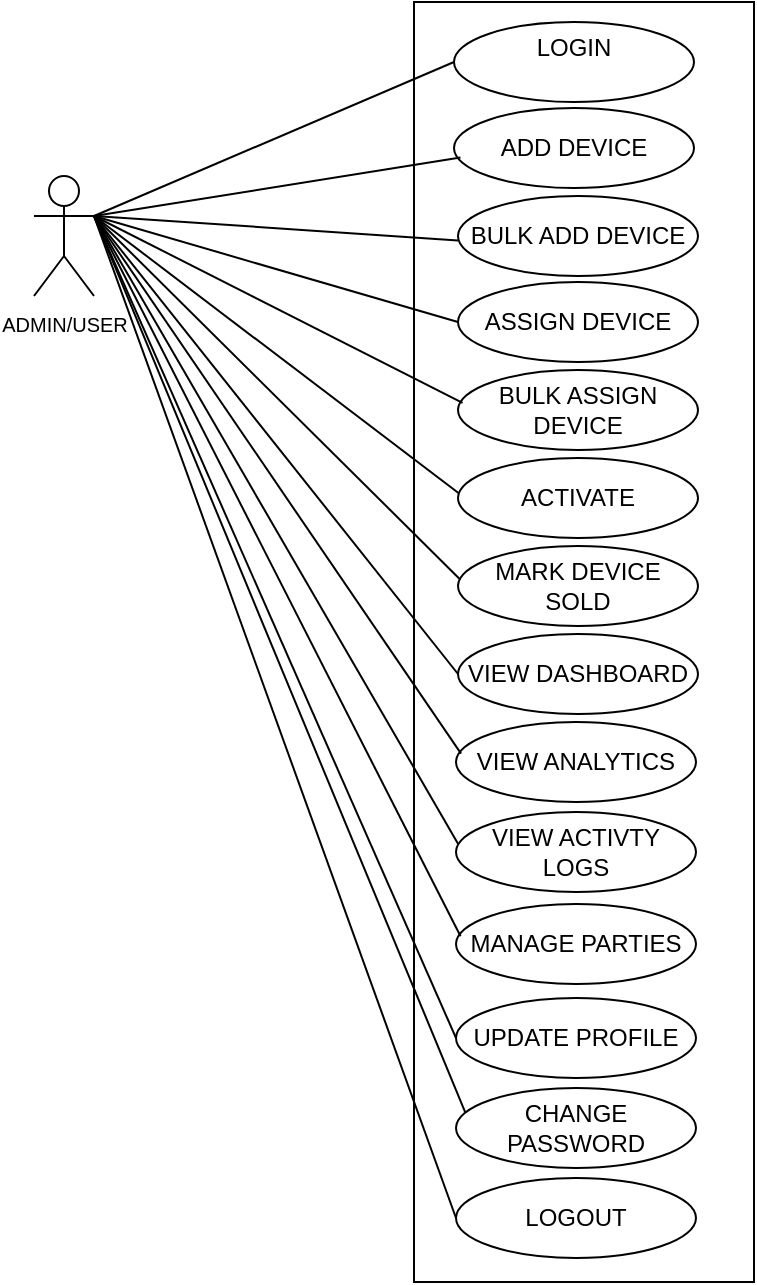
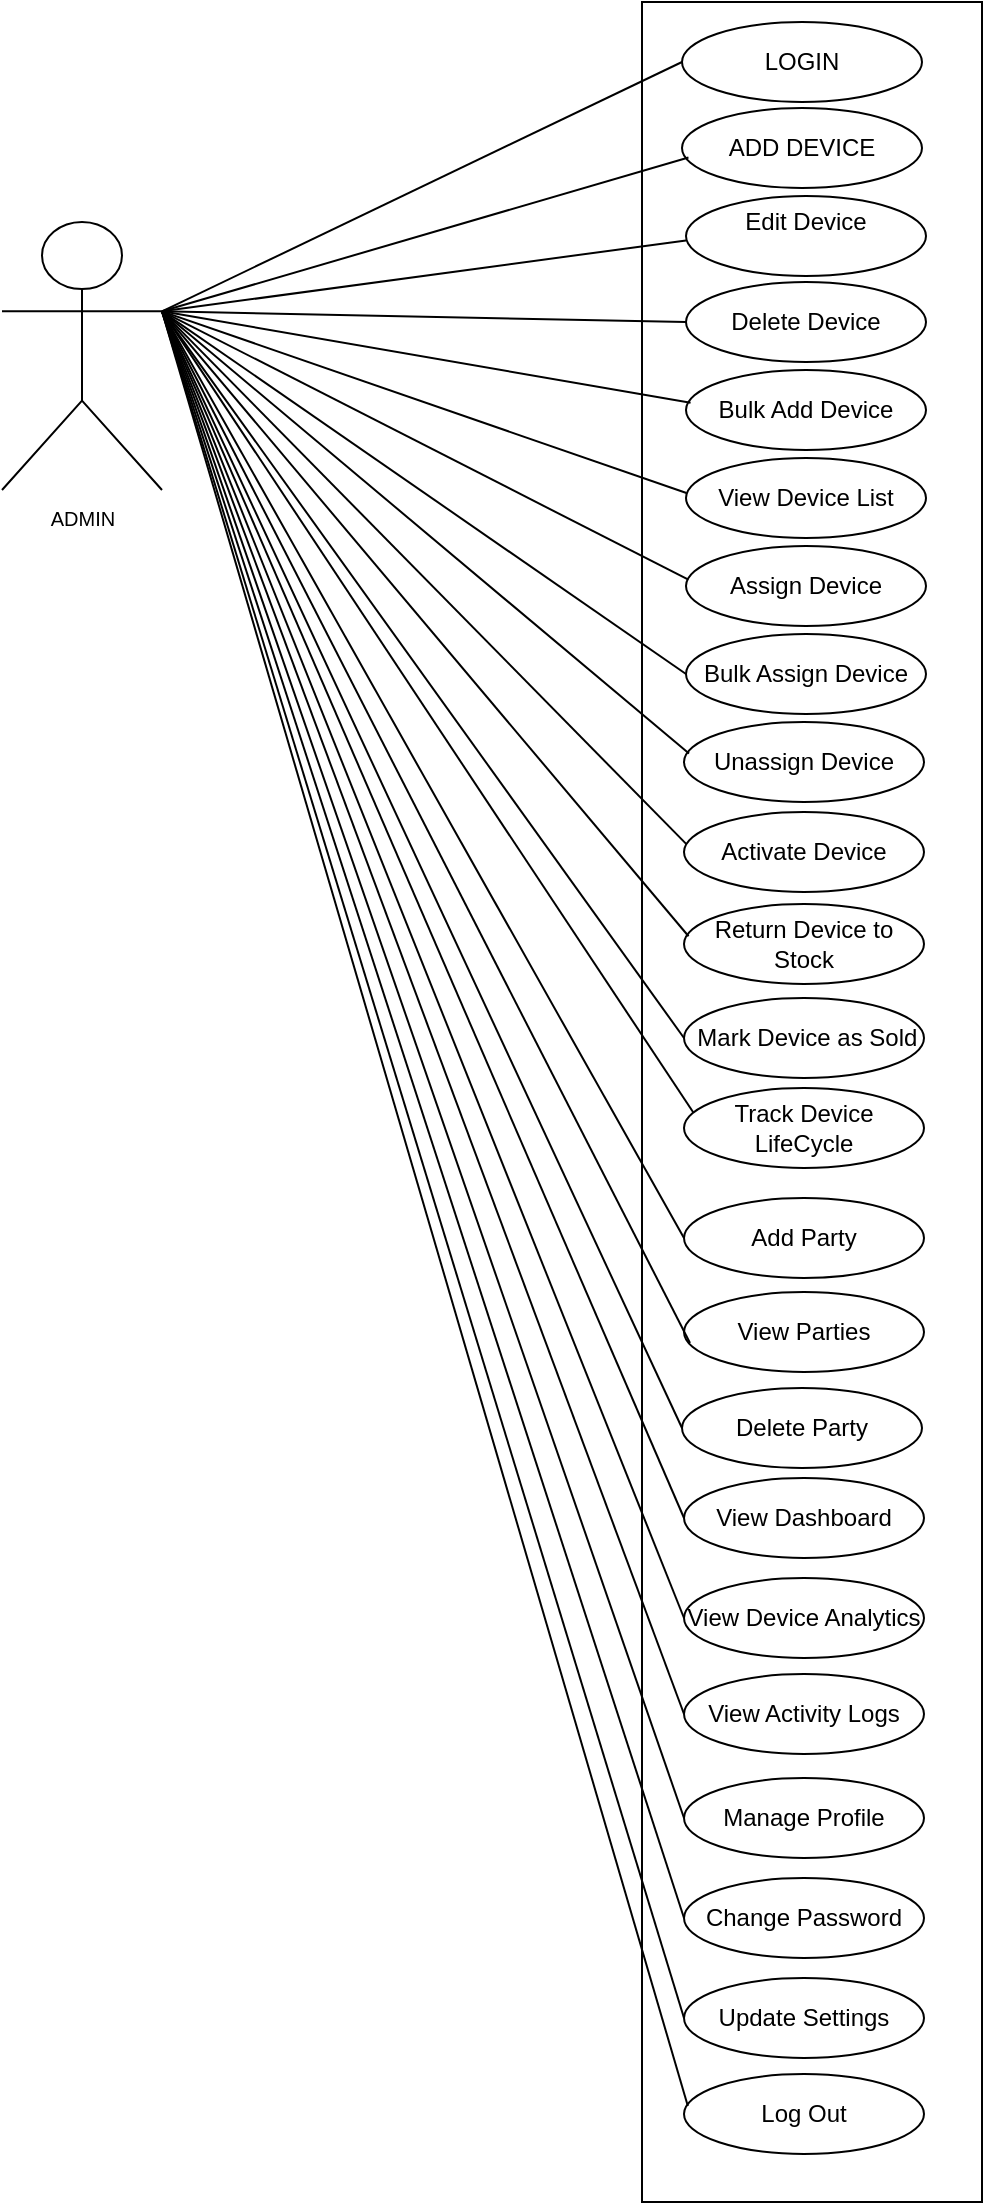
<mxfile host="65bd71144e">
    <diagram id="0fEsXcqeQQp9B8Ea8K7G" name="Page-1">
-         <mxGraphModel dx="1177" dy="519" grid="1" gridSize="10" guides="1" tooltips="1" connect="1" arrows="1" fold="1" page="1" pageScale="1" pageWidth="850" pageHeight="1100" background="none" math="0" shadow="0">
+         <mxGraphModel dx="1084" dy="399" grid="1" gridSize="10" guides="1" tooltips="1" connect="1" arrows="1" fold="1" page="1" pageScale="1" pageWidth="850" pageHeight="1100" background="none" math="0" shadow="0">
            <root>
                <mxCell id="0"/>
                <mxCell id="1" parent="0"/>
-                 <object label="&lt;font style=&quot;font-size: 10px;&quot;&gt;ADMIN/USER&lt;/font&gt;" id="3">
-                     <mxCell style="shape=umlActor;verticalLabelPosition=bottom;verticalAlign=top;html=1;outlineConnect=0;" vertex="1" parent="1">
-                         <mxGeometry x="-190" y="197" width="30" height="60" as="geometry"/>
+                 <object label="&lt;font style=&quot;font-size: 10px;&quot;&gt;ADMIN&lt;/font&gt;" id="3">
+                     <mxCell style="shape=umlActor;verticalLabelPosition=bottom;verticalAlign=top;html=1;outlineConnect=0;" parent="1" vertex="1">
+                         <mxGeometry x="-320" y="220" width="80" height="134" as="geometry"/>
                    </mxCell>
                </object>
-                 <mxCell id="6" value="" style="rounded=0;whiteSpace=wrap;html=1;direction=south;" vertex="1" parent="1">
-                     <mxGeometry y="110" width="170" height="640" as="geometry"/>
-                 </mxCell>
-                 <mxCell id="7" value="LOGIN&lt;div&gt;&lt;br&gt;&lt;/div&gt;" style="ellipse;whiteSpace=wrap;html=1;" vertex="1" parent="1">
+                 <mxCell id="6" value="" style="rounded=0;whiteSpace=wrap;html=1;direction=south;" parent="1" vertex="1">
+                     <mxGeometry y="110" width="170" height="1100" as="geometry"/>
+                 </mxCell>
+                 <mxCell id="7" value="&lt;div style=&quot;text-align: justify;&quot;&gt;&lt;span style=&quot;background-color: transparent;&quot;&gt;&lt;br&gt;&lt;/span&gt;&lt;/div&gt;&lt;div style=&quot;text-align: justify;&quot;&gt;&lt;span style=&quot;background-color: transparent;&quot;&gt;LOGIN&lt;/span&gt;&lt;/div&gt;&lt;div style=&quot;text-align: justify;&quot;&gt;&lt;br&gt;&lt;/div&gt;" style="ellipse;whiteSpace=wrap;html=1;align=center;" parent="1" vertex="1">
                    <mxGeometry x="20" y="120" width="120" height="40" as="geometry"/>
                </mxCell>
-                 <mxCell id="8" value="ADD DEVICE" style="ellipse;whiteSpace=wrap;html=1;" vertex="1" parent="1">
+                 <mxCell id="8" value="ADD DEVICE" style="ellipse;whiteSpace=wrap;html=1;" parent="1" vertex="1">
                    <mxGeometry x="20" y="163" width="120" height="40" as="geometry"/>
                </mxCell>
-                 <mxCell id="9" value="BULK ADD DEVICE" style="ellipse;whiteSpace=wrap;html=1;" vertex="1" parent="1">
+                 <mxCell id="9" value="Edit Device&lt;div&gt;&lt;span style=&quot;white-space: pre;&quot;&gt;&#x9;&lt;/span&gt;&lt;br&gt;&lt;/div&gt;" style="ellipse;whiteSpace=wrap;html=1;" parent="1" vertex="1">
                    <mxGeometry x="22" y="207" width="120" height="40" as="geometry"/>
                </mxCell>
-                 <mxCell id="10" value="ASSIGN DEVICE" style="ellipse;whiteSpace=wrap;html=1;" vertex="1" parent="1">
+                 <mxCell id="10" value="Delete Device" style="ellipse;whiteSpace=wrap;html=1;" parent="1" vertex="1">
                    <mxGeometry x="22" y="250" width="120" height="40" as="geometry"/>
                </mxCell>
-                 <mxCell id="11" value="BULK ASSIGN DEVICE" style="ellipse;whiteSpace=wrap;html=1;" vertex="1" parent="1">
+                 <mxCell id="11" value="Bulk Add Device" style="ellipse;whiteSpace=wrap;html=1;" parent="1" vertex="1">
                    <mxGeometry x="22" y="294" width="120" height="40" as="geometry"/>
                </mxCell>
-                 <mxCell id="12" value="ACTIVATE" style="ellipse;whiteSpace=wrap;html=1;" vertex="1" parent="1">
+                 <mxCell id="12" value="View Device List" style="ellipse;whiteSpace=wrap;html=1;" parent="1" vertex="1">
                    <mxGeometry x="22" y="338" width="120" height="40" as="geometry"/>
                </mxCell>
-                 <mxCell id="13" value="MARK DEVICE SOLD" style="ellipse;whiteSpace=wrap;html=1;" vertex="1" parent="1">
+                 <mxCell id="13" value="Assign Device" style="ellipse;whiteSpace=wrap;html=1;" parent="1" vertex="1">
                    <mxGeometry x="22" y="382" width="120" height="40" as="geometry"/>
                </mxCell>
-                 <mxCell id="14" value="VIEW DASHBOARD" style="ellipse;whiteSpace=wrap;html=1;" vertex="1" parent="1">
+                 <mxCell id="14" value="Bulk Assign Device" style="ellipse;whiteSpace=wrap;html=1;" parent="1" vertex="1">
                    <mxGeometry x="22" y="426" width="120" height="40" as="geometry"/>
                </mxCell>
-                 <mxCell id="15" value="VIEW ANALYTICS" style="ellipse;whiteSpace=wrap;html=1;" vertex="1" parent="1">
+                 <mxCell id="15" value="Unassign Device" style="ellipse;whiteSpace=wrap;html=1;" parent="1" vertex="1">
                    <mxGeometry x="21" y="470" width="120" height="40" as="geometry"/>
                </mxCell>
-                 <mxCell id="16" value="VIEW ACTIVTY LOGS" style="ellipse;whiteSpace=wrap;html=1;" vertex="1" parent="1">
+                 <mxCell id="16" value="Activate Device" style="ellipse;whiteSpace=wrap;html=1;" parent="1" vertex="1">
                    <mxGeometry x="21" y="515" width="120" height="40" as="geometry"/>
                </mxCell>
-                 <mxCell id="17" value="MANAGE PARTIES" style="ellipse;whiteSpace=wrap;html=1;" vertex="1" parent="1">
+                 <mxCell id="17" value="Return Device to Stock" style="ellipse;whiteSpace=wrap;html=1;" parent="1" vertex="1">
                    <mxGeometry x="21" y="561" width="120" height="40" as="geometry"/>
                </mxCell>
-                 <mxCell id="18" value="UPDATE PROFILE" style="ellipse;whiteSpace=wrap;html=1;" vertex="1" parent="1">
+                 <mxCell id="18" value="&amp;nbsp;Mark Device as Sold" style="ellipse;whiteSpace=wrap;html=1;" parent="1" vertex="1">
                    <mxGeometry x="21" y="608" width="120" height="40" as="geometry"/>
                </mxCell>
-                 <mxCell id="19" value="CHANGE PASSWORD" style="ellipse;whiteSpace=wrap;html=1;" vertex="1" parent="1">
+                 <mxCell id="19" value="Track Device LifeCycle" style="ellipse;whiteSpace=wrap;html=1;" parent="1" vertex="1">
                    <mxGeometry x="21" y="653" width="120" height="40" as="geometry"/>
                </mxCell>
-                 <mxCell id="20" value="LOGOUT" style="ellipse;whiteSpace=wrap;html=1;" vertex="1" parent="1">
-                     <mxGeometry x="21" y="698" width="120" height="40" as="geometry"/>
-                 </mxCell>
-                 <mxCell id="24" value="" style="endArrow=none;html=1;entryX=0;entryY=0.5;entryDx=0;entryDy=0;exitX=1;exitY=0.3333333333333333;exitDx=0;exitDy=0;exitPerimeter=0;" edge="1" parent="1" source="3" target="7">
+                 <mxCell id="20" value="Add Party" style="ellipse;whiteSpace=wrap;html=1;" parent="1" vertex="1">
+                     <mxGeometry x="21" y="708" width="120" height="40" as="geometry"/>
+                 </mxCell>
+                 <mxCell id="24" value="" style="endArrow=none;html=1;entryX=0;entryY=0.5;entryDx=0;entryDy=0;exitX=1;exitY=0.3333333333333333;exitDx=0;exitDy=0;exitPerimeter=0;" parent="1" source="3" target="7" edge="1">
                    <mxGeometry width="50" height="50" relative="1" as="geometry">
                        <mxPoint x="-100" y="294" as="sourcePoint"/>
                        <mxPoint x="-50" y="244" as="targetPoint"/>
                    </mxGeometry>
                </mxCell>
-                 <mxCell id="25" value="" style="endArrow=none;html=1;exitX=1;exitY=0.3333333333333333;exitDx=0;exitDy=0;exitPerimeter=0;entryX=0.027;entryY=0.619;entryDx=0;entryDy=0;entryPerimeter=0;" edge="1" parent="1" source="3" target="8">
+                 <mxCell id="25" value="" style="endArrow=none;html=1;exitX=1;exitY=0.3333333333333333;exitDx=0;exitDy=0;exitPerimeter=0;entryX=0.027;entryY=0.619;entryDx=0;entryDy=0;entryPerimeter=0;" parent="1" source="3" target="8" edge="1">
                    <mxGeometry width="50" height="50" relative="1" as="geometry">
                        <mxPoint x="-30" y="340" as="sourcePoint"/>
                        <mxPoint x="20" y="190" as="targetPoint"/>
                    </mxGeometry>
                </mxCell>
-                 <mxCell id="28" value="" style="endArrow=none;html=1;exitX=1;exitY=0.3333333333333333;exitDx=0;exitDy=0;exitPerimeter=0;entryX=0;entryY=0.555;entryDx=0;entryDy=0;entryPerimeter=0;" edge="1" parent="1" source="3" target="9">
+                 <mxCell id="28" value="" style="endArrow=none;html=1;exitX=1;exitY=0.3333333333333333;exitDx=0;exitDy=0;exitPerimeter=0;entryX=0;entryY=0.555;entryDx=0;entryDy=0;entryPerimeter=0;" parent="1" source="3" target="9" edge="1">
                    <mxGeometry width="50" height="50" relative="1" as="geometry">
                        <mxPoint x="-80" y="340" as="sourcePoint"/>
                        <mxPoint x="-30" y="290" as="targetPoint"/>
                    </mxGeometry>
                </mxCell>
-                 <mxCell id="29" value="" style="endArrow=none;html=1;exitX=1;exitY=0.3333333333333333;exitDx=0;exitDy=0;exitPerimeter=0;entryX=0;entryY=0.5;entryDx=0;entryDy=0;" edge="1" parent="1" source="3" target="10">
+                 <mxCell id="29" value="" style="endArrow=none;html=1;exitX=1;exitY=0.3333333333333333;exitDx=0;exitDy=0;exitPerimeter=0;entryX=0;entryY=0.5;entryDx=0;entryDy=0;" parent="1" source="3" target="10" edge="1">
                    <mxGeometry width="50" height="50" relative="1" as="geometry">
                        <mxPoint x="-100" y="300" as="sourcePoint"/>
                        <mxPoint x="10" y="270" as="targetPoint"/>
                    </mxGeometry>
                </mxCell>
-                 <mxCell id="30" value="" style="endArrow=none;html=1;entryX=0.019;entryY=0.41;entryDx=0;entryDy=0;entryPerimeter=0;exitX=1;exitY=0.3333333333333333;exitDx=0;exitDy=0;exitPerimeter=0;" edge="1" parent="1" source="3" target="11">
+                 <mxCell id="30" value="" style="endArrow=none;html=1;entryX=0.019;entryY=0.41;entryDx=0;entryDy=0;entryPerimeter=0;exitX=1;exitY=0.3333333333333333;exitDx=0;exitDy=0;exitPerimeter=0;" parent="1" source="3" target="11" edge="1">
                    <mxGeometry width="50" height="50" relative="1" as="geometry">
                        <mxPoint x="-51.44" y="297.2" as="sourcePoint"/>
                        <mxPoint x="22.000000000000053" y="310.79999999999995" as="targetPoint"/>
                    </mxGeometry>
                </mxCell>
-                 <mxCell id="31" value="" style="endArrow=none;html=1;entryX=0.002;entryY=0.438;entryDx=0;entryDy=0;entryPerimeter=0;exitX=1;exitY=0.3333333333333333;exitDx=0;exitDy=0;exitPerimeter=0;" edge="1" parent="1" source="3" target="12">
+                 <mxCell id="31" value="" style="endArrow=none;html=1;entryX=0.002;entryY=0.438;entryDx=0;entryDy=0;entryPerimeter=0;exitX=1;exitY=0.3333333333333333;exitDx=0;exitDy=0;exitPerimeter=0;" parent="1" source="3" target="12" edge="1">
                    <mxGeometry width="50" height="50" relative="1" as="geometry">
                        <mxPoint x="-80" y="344" as="sourcePoint"/>
                        <mxPoint x="-30" y="294" as="targetPoint"/>
                    </mxGeometry>
                </mxCell>
-                 <mxCell id="32" value="" style="endArrow=none;html=1;entryX=0.01;entryY=0.421;entryDx=0;entryDy=0;entryPerimeter=0;exitX=1;exitY=0.3333333333333333;exitDx=0;exitDy=0;exitPerimeter=0;" edge="1" parent="1" source="3" target="13">
+                 <mxCell id="32" value="" style="endArrow=none;html=1;entryX=0.01;entryY=0.421;entryDx=0;entryDy=0;entryPerimeter=0;exitX=1;exitY=0.3333333333333333;exitDx=0;exitDy=0;exitPerimeter=0;" parent="1" source="3" target="13" edge="1">
                    <mxGeometry width="50" height="50" relative="1" as="geometry">
                        <mxPoint x="-100" y="384" as="sourcePoint"/>
                        <mxPoint x="-50" y="334" as="targetPoint"/>
                    </mxGeometry>
                </mxCell>
-                 <mxCell id="33" value="" style="endArrow=none;html=1;exitX=1;exitY=0.3333333333333333;exitDx=0;exitDy=0;exitPerimeter=0;entryX=0;entryY=0.5;entryDx=0;entryDy=0;" edge="1" parent="1" source="3" target="14">
+                 <mxCell id="33" value="" style="endArrow=none;html=1;exitX=1;exitY=0.3333333333333333;exitDx=0;exitDy=0;exitPerimeter=0;entryX=0;entryY=0.5;entryDx=0;entryDy=0;" parent="1" source="3" target="14" edge="1">
                    <mxGeometry width="50" height="50" relative="1" as="geometry">
                        <mxPoint x="-30" y="370" as="sourcePoint"/>
                        <mxPoint x="20" y="320" as="targetPoint"/>
                    </mxGeometry>
                </mxCell>
-                 <mxCell id="34" value="" style="endArrow=none;html=1;exitX=1;exitY=0.3333333333333333;exitDx=0;exitDy=0;exitPerimeter=0;entryX=0.021;entryY=0.395;entryDx=0;entryDy=0;entryPerimeter=0;" edge="1" parent="1" source="3" target="15">
+                 <mxCell id="34" value="" style="endArrow=none;html=1;exitX=1;exitY=0.3333333333333333;exitDx=0;exitDy=0;exitPerimeter=0;entryX=0.021;entryY=0.395;entryDx=0;entryDy=0;entryPerimeter=0;" parent="1" source="3" target="15" edge="1">
                    <mxGeometry width="50" height="50" relative="1" as="geometry">
                        <mxPoint x="-90" y="388" as="sourcePoint"/>
                        <mxPoint x="-30" y="410" as="targetPoint"/>
                    </mxGeometry>
                </mxCell>
-                 <mxCell id="35" value="" style="endArrow=none;html=1;exitX=1;exitY=0.3333333333333333;exitDx=0;exitDy=0;exitPerimeter=0;entryX=0.009;entryY=0.399;entryDx=0;entryDy=0;entryPerimeter=0;" edge="1" parent="1" source="3" target="16">
+                 <mxCell id="35" value="" style="endArrow=none;html=1;exitX=1;exitY=0.3333333333333333;exitDx=0;exitDy=0;exitPerimeter=0;entryX=0.009;entryY=0.399;entryDx=0;entryDy=0;entryPerimeter=0;" parent="1" source="3" target="16" edge="1">
                    <mxGeometry width="50" height="50" relative="1" as="geometry">
                        <mxPoint x="-40" y="430" as="sourcePoint"/>
                        <mxPoint x="10" y="380" as="targetPoint"/>
                    </mxGeometry>
                </mxCell>
-                 <mxCell id="36" value="" style="endArrow=none;html=1;entryX=0.019;entryY=0.403;entryDx=0;entryDy=0;entryPerimeter=0;exitX=1;exitY=0.3333333333333333;exitDx=0;exitDy=0;exitPerimeter=0;" edge="1" parent="1" source="3" target="17">
+                 <mxCell id="36" value="" style="endArrow=none;html=1;entryX=0.019;entryY=0.403;entryDx=0;entryDy=0;entryPerimeter=0;exitX=1;exitY=0.3333333333333333;exitDx=0;exitDy=0;exitPerimeter=0;" parent="1" source="3" target="17" edge="1">
                    <mxGeometry width="50" height="50" relative="1" as="geometry">
                        <mxPoint x="-40" y="480" as="sourcePoint"/>
                        <mxPoint x="10" y="430" as="targetPoint"/>
                    </mxGeometry>
                </mxCell>
-                 <mxCell id="37" value="" style="endArrow=none;html=1;entryX=0;entryY=0.5;entryDx=0;entryDy=0;exitX=1;exitY=0.3333333333333333;exitDx=0;exitDy=0;exitPerimeter=0;" edge="1" parent="1" source="3" target="18">
+                 <mxCell id="37" value="" style="endArrow=none;html=1;entryX=0;entryY=0.5;entryDx=0;entryDy=0;exitX=1;exitY=0.3333333333333333;exitDx=0;exitDy=0;exitPerimeter=0;" parent="1" source="3" target="18" edge="1">
                    <mxGeometry width="50" height="50" relative="1" as="geometry">
                        <mxPoint x="-40" y="490" as="sourcePoint"/>
                        <mxPoint x="10" y="440" as="targetPoint"/>
                    </mxGeometry>
                </mxCell>
-                 <mxCell id="38" value="" style="endArrow=none;html=1;exitX=1;exitY=0.3333333333333333;exitDx=0;exitDy=0;exitPerimeter=0;entryX=0.039;entryY=0.307;entryDx=0;entryDy=0;entryPerimeter=0;" edge="1" parent="1" source="3" target="19">
+                 <mxCell id="38" value="" style="endArrow=none;html=1;exitX=1;exitY=0.3333333333333333;exitDx=0;exitDy=0;exitPerimeter=0;entryX=0.039;entryY=0.307;entryDx=0;entryDy=0;entryPerimeter=0;" parent="1" source="3" target="19" edge="1">
                    <mxGeometry width="50" height="50" relative="1" as="geometry">
                        <mxPoint x="-140" y="450" as="sourcePoint"/>
                        <mxPoint x="-90" y="400" as="targetPoint"/>
                    </mxGeometry>
                </mxCell>
-                 <mxCell id="39" value="" style="endArrow=none;html=1;exitX=1;exitY=0.3333333333333333;exitDx=0;exitDy=0;exitPerimeter=0;entryX=0;entryY=0.5;entryDx=0;entryDy=0;" edge="1" parent="1" source="3" target="20">
+                 <mxCell id="39" value="" style="endArrow=none;html=1;exitX=1;exitY=0.3333333333333333;exitDx=0;exitDy=0;exitPerimeter=0;entryX=0;entryY=0.5;entryDx=0;entryDy=0;" parent="1" source="3" target="20" edge="1">
                    <mxGeometry width="50" height="50" relative="1" as="geometry">
                        <mxPoint x="-40" y="580" as="sourcePoint"/>
                        <mxPoint x="10" y="530" as="targetPoint"/>
+                     </mxGeometry>
+                 </mxCell>
+                 <mxCell id="40" value="View Parties" style="ellipse;whiteSpace=wrap;html=1;" vertex="1" parent="1">
+                     <mxGeometry x="21" y="755" width="120" height="40" as="geometry"/>
+                 </mxCell>
+                 <mxCell id="41" value="Delete Party&lt;span style=&quot;font-family: monospace; font-size: 0px; text-align: start; text-wrap-mode: nowrap;&quot;&gt;%3CmxGraphModel%3E%3Croot%3E%3CmxCell%20id%3D%220%22%2F%3E%3CmxCell%20id%3D%221%22%20parent%3D%220%22%2F%3E%3CmxCell%20id%3D%222%22%20value%3D%22Add%20Party%22%20style%3D%22ellipse%3BwhiteSpace%3Dwrap%3Bhtml%3D1%3B%22%20vertex%3D%221%22%20parent%3D%221%22%3E%3CmxGeometry%20x%3D%2221%22%20y%3D%22708%22%20width%3D%22120%22%20height%3D%2240%22%20as%3D%22geometry%22%2F%3E%3C%2FmxCell%3E%3C%2Froot%3E%3C%2FmxGraphModel%3E&lt;/span&gt;" style="ellipse;whiteSpace=wrap;html=1;" vertex="1" parent="1">
+                     <mxGeometry x="20" y="803" width="120" height="40" as="geometry"/>
+                 </mxCell>
+                 <mxCell id="42" value="View Dashboard" style="ellipse;whiteSpace=wrap;html=1;" vertex="1" parent="1">
+                     <mxGeometry x="21" y="848" width="120" height="40" as="geometry"/>
+                 </mxCell>
+                 <mxCell id="43" value="View Device Analytics" style="ellipse;whiteSpace=wrap;html=1;" vertex="1" parent="1">
+                     <mxGeometry x="21" y="898" width="120" height="40" as="geometry"/>
+                 </mxCell>
+                 <mxCell id="44" value="View Activity Logs" style="ellipse;whiteSpace=wrap;html=1;" vertex="1" parent="1">
+                     <mxGeometry x="21" y="946" width="120" height="40" as="geometry"/>
+                 </mxCell>
+                 <mxCell id="45" value="Manage Profile" style="ellipse;whiteSpace=wrap;html=1;" vertex="1" parent="1">
+                     <mxGeometry x="21" y="998" width="120" height="40" as="geometry"/>
+                 </mxCell>
+                 <mxCell id="46" value="Change Password" style="ellipse;whiteSpace=wrap;html=1;" vertex="1" parent="1">
+                     <mxGeometry x="21" y="1048" width="120" height="40" as="geometry"/>
+                 </mxCell>
+                 <mxCell id="47" value="Update Settings" style="ellipse;whiteSpace=wrap;html=1;" vertex="1" parent="1">
+                     <mxGeometry x="21" y="1098" width="120" height="40" as="geometry"/>
+                 </mxCell>
+                 <mxCell id="48" value="Log Out" style="ellipse;whiteSpace=wrap;html=1;" vertex="1" parent="1">
+                     <mxGeometry x="21" y="1146" width="120" height="40" as="geometry"/>
+                 </mxCell>
+                 <mxCell id="49" value="" style="endArrow=none;html=1;exitX=1;exitY=0.3333333333333333;exitDx=0;exitDy=0;exitPerimeter=0;entryX=0.025;entryY=0.637;entryDx=0;entryDy=0;entryPerimeter=0;" edge="1" parent="1" source="3" target="40">
+                     <mxGeometry width="50" height="50" relative="1" as="geometry">
+                         <mxPoint x="-230" y="275" as="sourcePoint"/>
+                         <mxPoint x="31" y="738" as="targetPoint"/>
+                     </mxGeometry>
+                 </mxCell>
+                 <mxCell id="50" value="" style="endArrow=none;html=1;entryX=0;entryY=0.5;entryDx=0;entryDy=0;exitX=1;exitY=0.3333333333333333;exitDx=0;exitDy=0;exitPerimeter=0;" edge="1" parent="1" source="3" target="41">
+                     <mxGeometry width="50" height="50" relative="1" as="geometry">
+                         <mxPoint x="-200" y="480" as="sourcePoint"/>
+                         <mxPoint x="-60" y="670" as="targetPoint"/>
+                     </mxGeometry>
+                 </mxCell>
+                 <mxCell id="54" value="" style="endArrow=none;html=1;entryX=0;entryY=0.5;entryDx=0;entryDy=0;exitX=1;exitY=0.3333333333333333;exitDx=0;exitDy=0;exitPerimeter=0;" edge="1" parent="1" source="3" target="42">
+                     <mxGeometry width="50" height="50" relative="1" as="geometry">
+                         <mxPoint x="-240" y="270" as="sourcePoint"/>
+                         <mxPoint x="-60" y="670" as="targetPoint"/>
+                     </mxGeometry>
+                 </mxCell>
+                 <mxCell id="55" value="" style="endArrow=none;html=1;exitX=1;exitY=0.3333333333333333;exitDx=0;exitDy=0;exitPerimeter=0;entryX=0;entryY=0.5;entryDx=0;entryDy=0;" edge="1" parent="1" source="3" target="43">
+                     <mxGeometry width="50" height="50" relative="1" as="geometry">
+                         <mxPoint x="-220" y="285" as="sourcePoint"/>
+                         <mxPoint x="41" y="748" as="targetPoint"/>
+                     </mxGeometry>
+                 </mxCell>
+                 <mxCell id="56" value="" style="endArrow=none;html=1;entryX=0;entryY=0.5;entryDx=0;entryDy=0;exitX=1;exitY=0.3333333333333333;exitDx=0;exitDy=0;exitPerimeter=0;" edge="1" parent="1" source="3" target="46">
+                     <mxGeometry width="50" height="50" relative="1" as="geometry">
+                         <mxPoint x="-140" y="760" as="sourcePoint"/>
+                         <mxPoint x="-90" y="980" as="targetPoint"/>
+                     </mxGeometry>
+                 </mxCell>
+                 <mxCell id="57" value="" style="endArrow=none;html=1;entryX=0;entryY=0.5;entryDx=0;entryDy=0;exitX=1;exitY=0.3333333333333333;exitDx=0;exitDy=0;exitPerimeter=0;" edge="1" parent="1" source="3" target="45">
+                     <mxGeometry width="50" height="50" relative="1" as="geometry">
+                         <mxPoint x="-240" y="270" as="sourcePoint"/>
+                         <mxPoint x="-90" y="980" as="targetPoint"/>
+                         <Array as="points"/>
+                     </mxGeometry>
+                 </mxCell>
+                 <mxCell id="58" value="" style="endArrow=none;html=1;entryX=0;entryY=0.5;entryDx=0;entryDy=0;exitX=1;exitY=0.3333333333333333;exitDx=0;exitDy=0;exitPerimeter=0;" edge="1" parent="1" source="3" target="44">
+                     <mxGeometry width="50" height="50" relative="1" as="geometry">
+                         <mxPoint x="-150" y="900" as="sourcePoint"/>
+                         <mxPoint x="-90" y="980" as="targetPoint"/>
+                     </mxGeometry>
+                 </mxCell>
+                 <mxCell id="59" value="" style="endArrow=none;html=1;entryX=0;entryY=0.5;entryDx=0;entryDy=0;exitX=1;exitY=0.3333333333333333;exitDx=0;exitDy=0;exitPerimeter=0;" edge="1" parent="1" source="3" target="47">
+                     <mxGeometry width="50" height="50" relative="1" as="geometry">
+                         <mxPoint x="-240" y="260" as="sourcePoint"/>
+                         <mxPoint x="-90" y="1020" as="targetPoint"/>
+                     </mxGeometry>
+                 </mxCell>
+                 <mxCell id="60" value="" style="endArrow=none;html=1;entryX=0.016;entryY=0.401;entryDx=0;entryDy=0;entryPerimeter=0;exitX=1;exitY=0.3333333333333333;exitDx=0;exitDy=0;exitPerimeter=0;" edge="1" parent="1" source="3" target="48">
+                     <mxGeometry width="50" height="50" relative="1" as="geometry">
+                         <mxPoint x="-260" y="350" as="sourcePoint"/>
+                         <mxPoint x="-90" y="1020" as="targetPoint"/>
                    </mxGeometry>
                </mxCell>
            </root>
        </mxGraphModel>
    </diagram>
</mxfile>